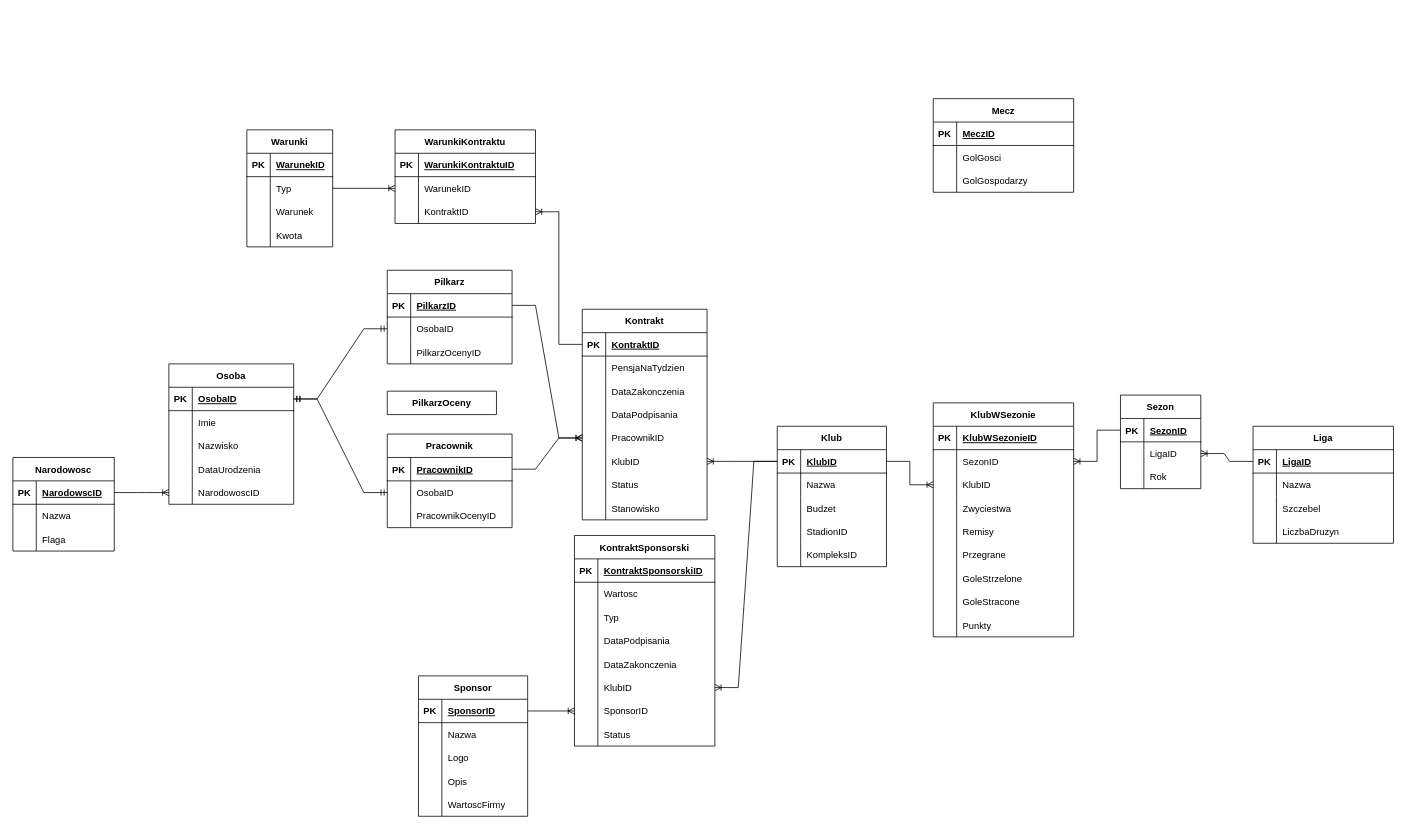
This is Diagram bez tytułu.drawio from jraczynski1409/Kartofliska-Manager-2023, a draw.io file, before an edit. Source tidied: cells renumbered, new cells numbered last; positions are measured from the earlier drawing's top-left corner, leaving out a move shared by most shapes. Both pictures are drawn from the tidied source at 78%, with x=0, y=0 at pixel (12, 98).
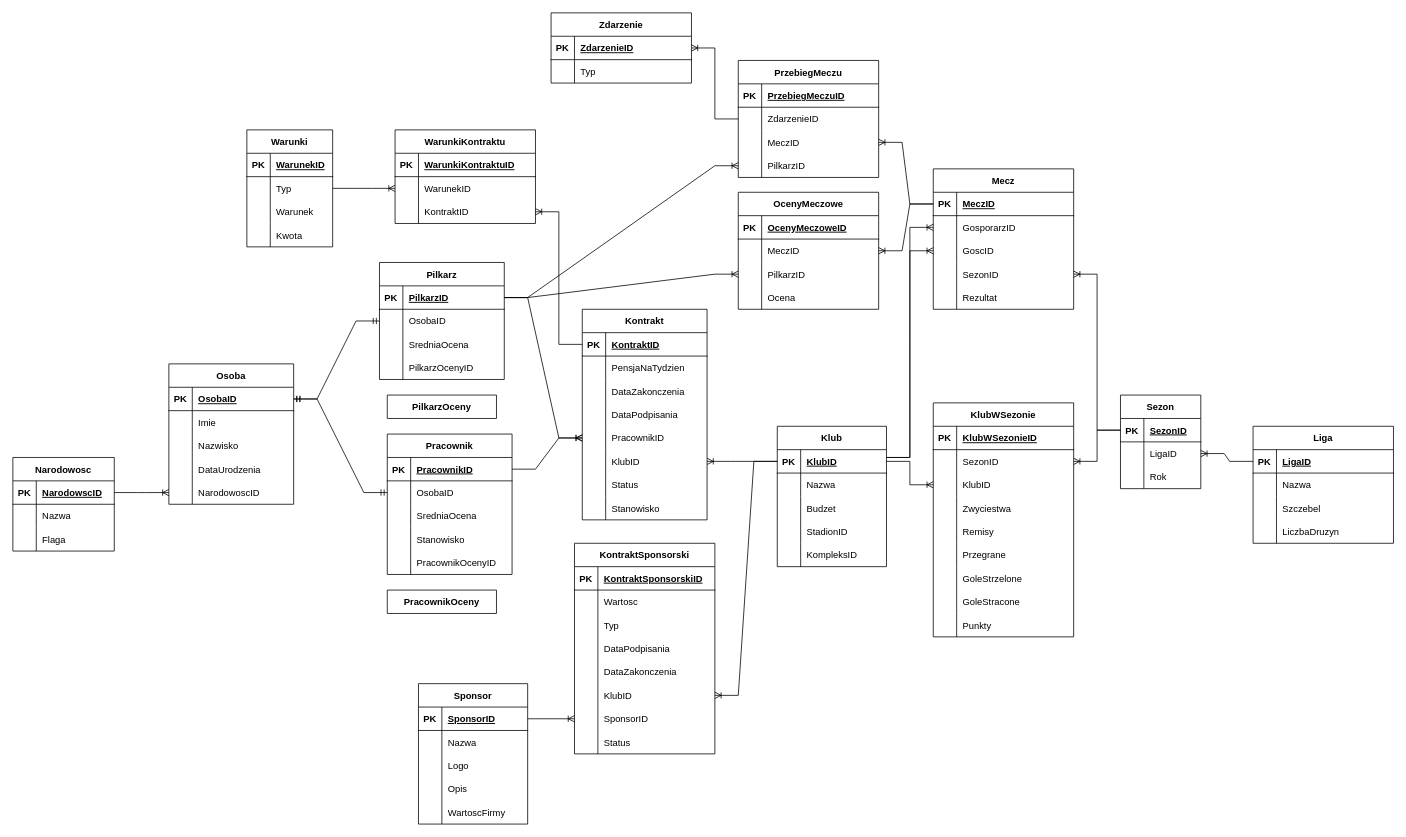
After the change.

Unchanged cells that the change refers to:
```xml
<mxCell id="19" style="shape=tableRow;horizontal=0;startSize=0;swimlaneHead=0;swimlaneBody=0;fillColor=none;points=[[0,0.5],[1,0.5]];portConstraint=eastwest;top=0;left=0;right=0;bottom=1;rounded=0;" parent="18" vertex="1">
  <mxGeometry y="30" width="160" height="30" as="geometry" />
</mxCell>
<mxCell id="25" style="shape=tableRow;horizontal=0;startSize=0;swimlaneHead=0;swimlaneBody=0;fillColor=none;top=0;left=0;right=0;bottom=0;rounded=0;" parent="18" vertex="1">
  <mxGeometry y="90" width="160" height="30" as="geometry" />
</mxCell>
<mxCell id="64" style="shape=tableRow;horizontal=0;startSize=0;swimlaneHead=0;swimlaneBody=0;fillColor=none;top=0;left=0;right=0;bottom=0;rounded=0;" parent="57" vertex="1">
  <mxGeometry y="90" width="160" height="30" as="geometry" />
</mxCell>
<mxCell id="178" style="shape=tableRow;horizontal=0;startSize=0;swimlaneHead=0;swimlaneBody=0;fillColor=none;points=[[0,0.5],[1,0.5]];portConstraint=eastwest;top=0;left=0;right=0;bottom=1;rounded=0;" parent="177" vertex="1">
  <mxGeometry y="30" width="103" height="30" as="geometry" />
</mxCell>
<mxCell id="219" style="shape=tableRow;horizontal=0;startSize=0;swimlaneHead=0;swimlaneBody=0;fillColor=none;points=[[0,0.5],[1,0.5]];portConstraint=eastwest;top=0;left=0;right=0;bottom=1;rounded=0;" parent="218" vertex="1">
  <mxGeometry y="30" width="180" height="30" as="geometry" />
</mxCell>
<mxCell id="222" style="shape=tableRow;horizontal=0;startSize=0;swimlaneHead=0;swimlaneBody=0;fillColor=none;points=[[0,0.5],[1,0.5]];portConstraint=eastwest;top=0;left=0;right=0;bottom=0;rounded=0;" parent="218" vertex="1">
  <mxGeometry y="60" width="180" height="30" as="geometry" />
</mxCell>
<mxCell id="225" style="shape=tableRow;horizontal=0;startSize=0;swimlaneHead=0;swimlaneBody=0;fillColor=none;points=[[0,0.5],[1,0.5]];portConstraint=eastwest;top=0;left=0;right=0;bottom=0;rounded=0;" parent="218" vertex="1">
  <mxGeometry y="90" width="180" height="30" as="geometry" />
</mxCell>
```

The edit, as a diff of the source:
```diff
@@
     <mxCell id="18" value="Pilkarz" style="shape=table;startSize=30;childLayout=tableLayout;rowLines=0;fontStyle=1;align=center;rounded=0;" parent="1" vertex="1">
-      <mxGeometry x="480" y="220" width="160" height="120" as="geometry" />
+      <mxGeometry x="470" y="210" width="160" height="150" as="geometry" />
     </mxCell>
@@
-    <mxCell id="27" value="PilkarzOcenyID" style="shape=partialRectangle;fillColor=none;top=0;left=0;bottom=0;right=0;align=left;spacingLeft=6;overflow=hidden;rounded=0;" parent="25" vertex="1">
+    <mxCell id="27" value="SredniaOcena" style="shape=partialRectangle;fillColor=none;top=0;left=0;bottom=0;right=0;align=left;spacingLeft=6;overflow=hidden;rounded=0;" parent="25" vertex="1">
       <mxGeometry x="30" width="130" height="30" as="geometry" />
     </mxCell>
+    <mxCell id="228" style="shape=tableRow;horizontal=0;startSize=0;swimlaneHead=0;swimlaneBody=0;fillColor=none;top=0;left=0;right=0;bottom=0;rounded=0;" parent="18" vertex="1">
+      <mxGeometry y="120" width="160" height="30" as="geometry" />
+    </mxCell>
+    <mxCell id="229" style="shape=partialRectangle;fillColor=none;top=0;left=0;bottom=0;right=0;overflow=hidden;rounded=0;" parent="228" vertex="1">
+      <mxGeometry width="30" height="30" as="geometry" />
+    </mxCell>
+    <mxCell id="230" value="PilkarzOcenyID" style="shape=partialRectangle;fillColor=none;top=0;left=0;bottom=0;right=0;align=left;spacingLeft=6;overflow=hidden;rounded=0;" parent="228" vertex="1">
+      <mxGeometry x="30" width="130" height="30" as="geometry" />
+    </mxCell>
@@
     <mxCell id="54" value="PilkarzOceny" style="shape=table;startSize=30;childLayout=tableLayout;rowLines=0;fontStyle=1;align=center;rounded=0;fillColor=none;" parent="1" vertex="1" collapsed="1">
-      <mxGeometry x="480" y="375" width="140" height="30" as="geometry" />
+      <mxGeometry x="480" y="380" width="140" height="30" as="geometry" />
     </mxCell>
@@
     <mxCell id="57" value="Pracownik" style="shape=table;startSize=30;childLayout=tableLayout;rowLines=0;fontStyle=1;align=center;rounded=0;fillColor=none;" parent="1" vertex="1">
-      <mxGeometry x="480" y="430" width="160" height="120" as="geometry" />
+      <mxGeometry x="480" y="430" width="160" height="180" as="geometry" />
     </mxCell>
@@
-    <mxCell id="66" value="PracownikOcenyID" style="shape=partialRectangle;fillColor=none;top=0;left=0;bottom=0;right=0;align=left;spacingLeft=6;overflow=hidden;rounded=0;" parent="64" vertex="1">
+    <mxCell id="66" value="SredniaOcena" style="shape=partialRectangle;fillColor=none;top=0;left=0;bottom=0;right=0;align=left;spacingLeft=6;overflow=hidden;rounded=0;" parent="64" vertex="1">
       <mxGeometry x="30" width="130" height="30" as="geometry" />
     </mxCell>
+    <mxCell id="231" style="shape=tableRow;horizontal=0;startSize=0;swimlaneHead=0;swimlaneBody=0;fillColor=none;top=0;left=0;right=0;bottom=0;rounded=0;" parent="57" vertex="1">
+      <mxGeometry y="120" width="160" height="30" as="geometry" />
+    </mxCell>
+    <mxCell id="232" style="shape=partialRectangle;fillColor=none;top=0;left=0;bottom=0;right=0;overflow=hidden;rounded=0;" parent="231" vertex="1">
+      <mxGeometry width="30" height="30" as="geometry" />
+    </mxCell>
+    <mxCell id="233" value="Stanowisko" style="shape=partialRectangle;fillColor=none;top=0;left=0;bottom=0;right=0;align=left;spacingLeft=6;overflow=hidden;rounded=0;" parent="231" vertex="1">
+      <mxGeometry x="30" width="130" height="30" as="geometry" />
+    </mxCell>
+    <mxCell id="234" style="shape=tableRow;horizontal=0;startSize=0;swimlaneHead=0;swimlaneBody=0;fillColor=none;top=0;left=0;right=0;bottom=0;rounded=0;" parent="57" vertex="1">
+      <mxGeometry y="150" width="160" height="30" as="geometry" />
+    </mxCell>
+    <mxCell id="235" style="shape=partialRectangle;fillColor=none;top=0;left=0;bottom=0;right=0;overflow=hidden;rounded=0;" parent="234" vertex="1">
+      <mxGeometry width="30" height="30" as="geometry" />
+    </mxCell>
+    <mxCell id="236" value="PracownikOcenyID" style="shape=partialRectangle;fillColor=none;top=0;left=0;bottom=0;right=0;align=left;spacingLeft=6;overflow=hidden;rounded=0;" parent="234" vertex="1">
+      <mxGeometry x="30" width="130" height="30" as="geometry" />
+    </mxCell>
@@
     <mxCell id="121" value="KontraktSponsorski" style="shape=table;startSize=30;childLayout=tableLayout;rowLines=0;fontStyle=1;align=center;rounded=0;fillColor=none;" parent="1" vertex="1">
-      <mxGeometry x="720" y="560" width="180" height="270" as="geometry" />
+      <mxGeometry x="720" y="570" width="180" height="270" as="geometry" />
     </mxCell>
@@
     <mxCell id="146" value="Sponsor" style="shape=table;startSize=30;childLayout=tableLayout;rowLines=0;fontStyle=1;align=center;rounded=0;fillColor=none;" parent="1" vertex="1">
-      <mxGeometry x="520" y="740" width="140" height="180" as="geometry" />
+      <mxGeometry x="520" y="750" width="140" height="180" as="geometry" />
     </mxCell>
@@
     <mxCell id="218" value="Mecz" style="shape=table;startSize=30;childLayout=tableLayout;rowLines=0;fontStyle=1;align=center;rounded=0;fillColor=none;" parent="1" vertex="1">
-      <mxGeometry x="1180" width="180" height="120" as="geometry" />
+      <mxGeometry x="1180" y="90" width="180" height="180" as="geometry" />
     </mxCell>
@@
-    <mxCell id="224" value="GolGosci" style="shape=partialRectangle;fillColor=none;top=0;left=0;bottom=0;right=0;align=left;spacingLeft=6;overflow=hidden;rounded=0;" parent="222" vertex="1">
+    <mxCell id="224" value="GosporarzID" style="shape=partialRectangle;fillColor=none;top=0;left=0;bottom=0;right=0;align=left;spacingLeft=6;overflow=hidden;rounded=0;" parent="222" vertex="1">
       <mxGeometry x="30" width="150" height="30" as="geometry" />
     </mxCell>
@@
-    <mxCell id="227" value="GolGospodarzy" style="shape=partialRectangle;fillColor=none;top=0;left=0;bottom=0;right=0;align=left;spacingLeft=6;overflow=hidden;rounded=0;" parent="225" vertex="1">
+    <mxCell id="227" value="GoscID" style="shape=partialRectangle;fillColor=none;top=0;left=0;bottom=0;right=0;align=left;spacingLeft=6;overflow=hidden;rounded=0;" parent="225" vertex="1">
       <mxGeometry x="30" width="150" height="30" as="geometry" />
     </mxCell>
+    <mxCell id="237" style="shape=tableRow;horizontal=0;startSize=0;swimlaneHead=0;swimlaneBody=0;fillColor=none;points=[[0,0.5],[1,0.5]];portConstraint=eastwest;top=0;left=0;right=0;bottom=0;rounded=0;" parent="218" vertex="1">
+      <mxGeometry y="120" width="180" height="30" as="geometry" />
+    </mxCell>
+    <mxCell id="238" style="shape=partialRectangle;fillColor=none;top=0;left=0;bottom=0;right=0;overflow=hidden;rounded=0;" parent="237" vertex="1">
+      <mxGeometry width="30" height="30" as="geometry" />
+    </mxCell>
+    <mxCell id="239" value="SezonID" style="shape=partialRectangle;fillColor=none;top=0;left=0;bottom=0;right=0;align=left;spacingLeft=6;overflow=hidden;rounded=0;" parent="237" vertex="1">
+      <mxGeometry x="30" width="150" height="30" as="geometry" />
+    </mxCell>
+    <mxCell id="240" style="shape=tableRow;horizontal=0;startSize=0;swimlaneHead=0;swimlaneBody=0;fillColor=none;top=0;left=0;right=0;bottom=0;rounded=0;" parent="218" vertex="1">
+      <mxGeometry y="150" width="180" height="30" as="geometry" />
+    </mxCell>
+    <mxCell id="241" style="shape=partialRectangle;fillColor=none;top=0;left=0;bottom=0;right=0;overflow=hidden;rounded=0;" parent="240" vertex="1">
+      <mxGeometry width="30" height="30" as="geometry" />
+    </mxCell>
+    <mxCell id="242" value="Rezultat" style="shape=partialRectangle;fillColor=none;top=0;left=0;bottom=0;right=0;align=left;spacingLeft=6;overflow=hidden;rounded=0;" parent="240" vertex="1">
+      <mxGeometry x="30" width="150" height="30" as="geometry" />
+    </mxCell>
+    <mxCell id="243" value="PracownikOceny" style="shape=table;startSize=30;childLayout=tableLayout;rowLines=0;fontStyle=1;align=center;" parent="1" vertex="1" collapsed="1">
+      <mxGeometry x="480" y="630" width="140" height="30" as="geometry" />
+    </mxCell>
+    <mxCell id="244" style="edgeStyle=entityRelationEdgeStyle;fontSize=12;html=1;endArrow=ERoneToMany;rounded=0;entryX=0;entryY=0.5;entryDx=0;entryDy=0;" parent="1" edge="1" target="222">
+      <mxGeometry relative="1" as="geometry">
+        <mxPoint x="1120" y="460" as="sourcePoint" />
+      </mxGeometry>
+    </mxCell>
+    <mxCell id="245" style="edgeStyle=entityRelationEdgeStyle;fontSize=12;html=1;endArrow=ERoneToMany;rounded=0;entryX=0;entryY=0.5;entryDx=0;entryDy=0;" parent="1" edge="1" target="225">
+      <mxGeometry relative="1" as="geometry">
+        <mxPoint x="1120" y="460" as="sourcePoint" />
+      </mxGeometry>
+    </mxCell>
+    <mxCell id="246" style="edgeStyle=entityRelationEdgeStyle;fontSize=12;html=1;endArrow=ERoneToMany;rounded=0;exitX=0;exitY=0.5;exitDx=0;exitDy=0;entryX=1;entryY=0.5;entryDx=0;entryDy=0;" parent="1" edge="1" source="178" target="237">
+      <mxGeometry relative="1" as="geometry" />
+    </mxCell>
+    <mxCell id="247" value="PrzebiegMeczu" style="shape=table;startSize=30;childLayout=tableLayout;rowLines=0;fontStyle=1;align=center;" parent="1" vertex="1">
+      <mxGeometry x="930" y="-49" width="180" height="150" as="geometry" />
+    </mxCell>
+    <mxCell id="248" style="shape=tableRow;horizontal=0;startSize=0;swimlaneHead=0;swimlaneBody=0;fillColor=none;top=0;left=0;right=0;bottom=1;" parent="247" vertex="1">
+      <mxGeometry y="30" width="180" height="30" as="geometry" />
+    </mxCell>
+    <mxCell id="249" value="PK" style="shape=partialRectangle;fillColor=none;top=0;left=0;bottom=0;right=0;fontStyle=1;overflow=hidden;" parent="248" vertex="1">
+      <mxGeometry width="30" height="30" as="geometry" />
+    </mxCell>
+    <mxCell id="250" value="PrzebiegMeczuID" style="shape=partialRectangle;fillColor=none;top=0;left=0;bottom=0;right=0;align=left;spacingLeft=6;fontStyle=5;overflow=hidden;" parent="248" vertex="1">
+      <mxGeometry x="30" width="150" height="30" as="geometry" />
+    </mxCell>
+    <mxCell id="251" style="shape=tableRow;horizontal=0;startSize=0;swimlaneHead=0;swimlaneBody=0;fillColor=none;points=[[0,0.5],[1,0.5]];portConstraint=eastwest;top=0;left=0;right=0;bottom=0;" parent="247" vertex="1">
+      <mxGeometry y="60" width="180" height="30" as="geometry" />
+    </mxCell>
+    <mxCell id="252" style="shape=partialRectangle;fillColor=none;top=0;left=0;bottom=0;right=0;overflow=hidden;" parent="251" vertex="1">
+      <mxGeometry width="30" height="30" as="geometry" />
+    </mxCell>
+    <mxCell id="253" value="ZdarzenieID" style="shape=partialRectangle;fillColor=none;top=0;left=0;bottom=0;right=0;align=left;spacingLeft=6;overflow=hidden;" parent="251" vertex="1">
+      <mxGeometry x="30" width="150" height="30" as="geometry" />
+    </mxCell>
+    <mxCell id="254" style="shape=tableRow;horizontal=0;startSize=0;swimlaneHead=0;swimlaneBody=0;fillColor=none;points=[[0,0.5],[1,0.5]];portConstraint=eastwest;top=0;left=0;right=0;bottom=0;" parent="247" vertex="1">
+      <mxGeometry y="90" width="180" height="30" as="geometry" />
+    </mxCell>
+    <mxCell id="255" style="shape=partialRectangle;fillColor=none;top=0;left=0;bottom=0;right=0;overflow=hidden;" parent="254" vertex="1">
+      <mxGeometry width="30" height="30" as="geometry" />
+    </mxCell>
+    <mxCell id="256" value="MeczID" style="shape=partialRectangle;fillColor=none;top=0;left=0;bottom=0;right=0;align=left;spacingLeft=6;overflow=hidden;" parent="254" vertex="1">
+      <mxGeometry x="30" width="150" height="30" as="geometry" />
+    </mxCell>
+    <mxCell id="257" style="shape=tableRow;horizontal=0;startSize=0;swimlaneHead=0;swimlaneBody=0;fillColor=none;points=[[0,0.5],[1,0.5]];portConstraint=eastwest;top=0;left=0;right=0;bottom=0;" parent="247" vertex="1">
+      <mxGeometry y="120" width="180" height="30" as="geometry" />
+    </mxCell>
+    <mxCell id="258" style="shape=partialRectangle;fillColor=none;top=0;left=0;bottom=0;right=0;overflow=hidden;" parent="257" vertex="1">
+      <mxGeometry width="30" height="30" as="geometry" />
+    </mxCell>
+    <mxCell id="259" value="PilkarzID" style="shape=partialRectangle;fillColor=none;top=0;left=0;bottom=0;right=0;align=left;spacingLeft=6;overflow=hidden;" parent="257" vertex="1">
+      <mxGeometry x="30" width="150" height="30" as="geometry" />
+    </mxCell>
+    <mxCell id="260" style="edgeStyle=entityRelationEdgeStyle;fontSize=12;html=1;endArrow=ERoneToMany;rounded=0;exitX=1;exitY=0.5;exitDx=0;exitDy=0;entryX=0;entryY=0.5;entryDx=0;entryDy=0;" parent="1" edge="1" source="19" target="257">
+      <mxGeometry relative="1" as="geometry" />
+    </mxCell>
+    <mxCell id="261" style="edgeStyle=entityRelationEdgeStyle;fontSize=12;html=1;endArrow=ERoneToMany;rounded=0;exitX=0;exitY=0.5;exitDx=0;exitDy=0;entryX=1;entryY=0.5;entryDx=0;entryDy=0;" parent="1" edge="1" source="219" target="254">
+      <mxGeometry relative="1" as="geometry" />
+    </mxCell>
+    <mxCell id="262" style="edgeStyle=entityRelationEdgeStyle;fontSize=12;html=1;endArrow=ERoneToMany;rounded=0;exitX=0;exitY=0.5;exitDx=0;exitDy=0;" parent="1" edge="1" source="251" target="263">
+      <mxGeometry relative="1" as="geometry" />
+    </mxCell>
+    <mxCell id="263" value="Zdarzenie" style="shape=table;startSize=30;childLayout=tableLayout;rowLines=0;fontStyle=1;align=center;" parent="1" vertex="1">
+      <mxGeometry x="690" y="-110" width="180" height="90" as="geometry" />
+    </mxCell>
+    <mxCell id="264" style="shape=tableRow;horizontal=0;startSize=0;swimlaneHead=0;swimlaneBody=0;fillColor=none;top=0;left=0;right=0;bottom=1;" parent="263" vertex="1">
+      <mxGeometry y="30" width="180" height="30" as="geometry" />
+    </mxCell>
+    <mxCell id="265" value="PK" style="shape=partialRectangle;fillColor=none;top=0;left=0;bottom=0;right=0;fontStyle=1;overflow=hidden;" parent="264" vertex="1">
+      <mxGeometry width="30" height="30" as="geometry" />
+    </mxCell>
+    <mxCell id="266" value="ZdarzenieID" style="shape=partialRectangle;fillColor=none;top=0;left=0;bottom=0;right=0;align=left;spacingLeft=6;fontStyle=5;overflow=hidden;" parent="264" vertex="1">
+      <mxGeometry x="30" width="150" height="30" as="geometry" />
+    </mxCell>
+    <mxCell id="267" style="shape=tableRow;horizontal=0;startSize=0;swimlaneHead=0;swimlaneBody=0;fillColor=none;top=0;left=0;right=0;bottom=0;" parent="263" vertex="1">
+      <mxGeometry y="60" width="180" height="30" as="geometry" />
+    </mxCell>
+    <mxCell id="268" style="shape=partialRectangle;fillColor=none;top=0;left=0;bottom=0;right=0;overflow=hidden;" parent="267" vertex="1">
+      <mxGeometry width="30" height="30" as="geometry" />
+    </mxCell>
+    <mxCell id="269" value="Typ" style="shape=partialRectangle;fillColor=none;top=0;left=0;bottom=0;right=0;align=left;spacingLeft=6;overflow=hidden;" parent="267" vertex="1">
+      <mxGeometry x="30" width="150" height="30" as="geometry" />
+    </mxCell>
+    <mxCell id="270" value="OcenyMeczowe" style="shape=table;startSize=30;childLayout=tableLayout;rowLines=0;fontStyle=1;align=center;" parent="1" vertex="1">
+      <mxGeometry x="930" y="120" width="180" height="150" as="geometry" />
+    </mxCell>
+    <mxCell id="271" style="shape=tableRow;horizontal=0;startSize=0;swimlaneHead=0;swimlaneBody=0;fillColor=none;top=0;left=0;right=0;bottom=1;" parent="270" vertex="1">
+      <mxGeometry y="30" width="180" height="30" as="geometry" />
+    </mxCell>
+    <mxCell id="272" value="PK" style="shape=partialRectangle;fillColor=none;top=0;left=0;bottom=0;right=0;fontStyle=1;overflow=hidden;" parent="271" vertex="1">
+      <mxGeometry width="30" height="30" as="geometry" />
+    </mxCell>
+    <mxCell id="273" value="OcenyMeczoweID" style="shape=partialRectangle;fillColor=none;top=0;left=0;bottom=0;right=0;align=left;spacingLeft=6;fontStyle=5;overflow=hidden;" parent="271" vertex="1">
+      <mxGeometry x="30" width="150" height="30" as="geometry" />
+    </mxCell>
+    <mxCell id="274" style="shape=tableRow;horizontal=0;startSize=0;swimlaneHead=0;swimlaneBody=0;fillColor=none;points=[[0,0.5],[1,0.5]];portConstraint=eastwest;top=0;left=0;right=0;bottom=0;" parent="270" vertex="1">
+      <mxGeometry y="60" width="180" height="30" as="geometry" />
+    </mxCell>
+    <mxCell id="275" style="shape=partialRectangle;fillColor=none;top=0;left=0;bottom=0;right=0;overflow=hidden;" parent="274" vertex="1">
+      <mxGeometry width="30" height="30" as="geometry" />
+    </mxCell>
+    <mxCell id="276" value="MeczID" style="shape=partialRectangle;fillColor=none;top=0;left=0;bottom=0;right=0;align=left;spacingLeft=6;overflow=hidden;" parent="274" vertex="1">
+      <mxGeometry x="30" width="150" height="30" as="geometry" />
+    </mxCell>
+    <mxCell id="277" style="shape=tableRow;horizontal=0;startSize=0;swimlaneHead=0;swimlaneBody=0;fillColor=none;points=[[0,0.5],[1,0.5]];portConstraint=eastwest;top=0;left=0;right=0;bottom=0;" parent="270" vertex="1">
+      <mxGeometry y="90" width="180" height="30" as="geometry" />
+    </mxCell>
+    <mxCell id="278" style="shape=partialRectangle;fillColor=none;top=0;left=0;bottom=0;right=0;overflow=hidden;" parent="277" vertex="1">
+      <mxGeometry width="30" height="30" as="geometry" />
+    </mxCell>
+    <mxCell id="279" value="PilkarzID" style="shape=partialRectangle;fillColor=none;top=0;left=0;bottom=0;right=0;align=left;spacingLeft=6;overflow=hidden;" parent="277" vertex="1">
+      <mxGeometry x="30" width="150" height="30" as="geometry" />
+    </mxCell>
+    <mxCell id="280" style="shape=tableRow;horizontal=0;startSize=0;swimlaneHead=0;swimlaneBody=0;fillColor=none;top=0;left=0;right=0;bottom=0;" parent="270" vertex="1">
+      <mxGeometry y="120" width="180" height="30" as="geometry" />
+    </mxCell>
+    <mxCell id="281" style="shape=partialRectangle;fillColor=none;top=0;left=0;bottom=0;right=0;overflow=hidden;" parent="280" vertex="1">
+      <mxGeometry width="30" height="30" as="geometry" />
+    </mxCell>
+    <mxCell id="282" value="Ocena" style="shape=partialRectangle;fillColor=none;top=0;left=0;bottom=0;right=0;align=left;spacingLeft=6;overflow=hidden;" parent="280" vertex="1">
+      <mxGeometry x="30" width="150" height="30" as="geometry" />
+    </mxCell>
+    <mxCell id="283" style="edgeStyle=entityRelationEdgeStyle;fontSize=12;html=1;endArrow=ERoneToMany;rounded=0;exitX=0;exitY=0.5;exitDx=0;exitDy=0;entryX=1;entryY=0.5;entryDx=0;entryDy=0;" parent="1" edge="1" source="219" target="274">
+      <mxGeometry relative="1" as="geometry" />
+    </mxCell>
+    <mxCell id="284" style="edgeStyle=entityRelationEdgeStyle;fontSize=12;html=1;endArrow=ERoneToMany;rounded=0;exitX=1;exitY=0.5;exitDx=0;exitDy=0;entryX=0;entryY=0.5;entryDx=0;entryDy=0;" parent="1" edge="1" source="19" target="277">
+      <mxGeometry relative="1" as="geometry" />
+    </mxCell>
```
